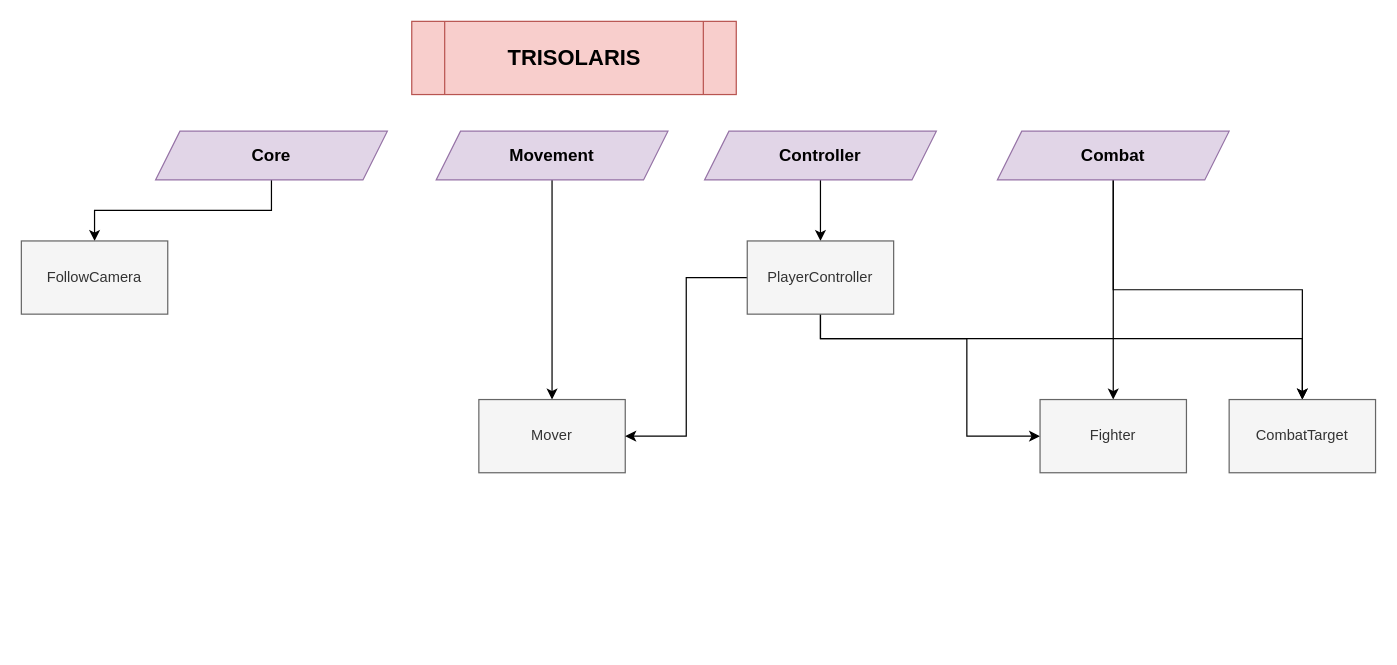
Before: Trisolaris Code Tree.drawio in ezoisil/Trisolaris, a draw.io diagram. Source tidied: cells renumbered, new cells numbered last; positions are measured from the earlier drawing's top-left corner, leaving out a move shared by most shapes. Both pictures are drawn from the tidied source at 122%, with x=0, y=0 at pixel (21, 21).
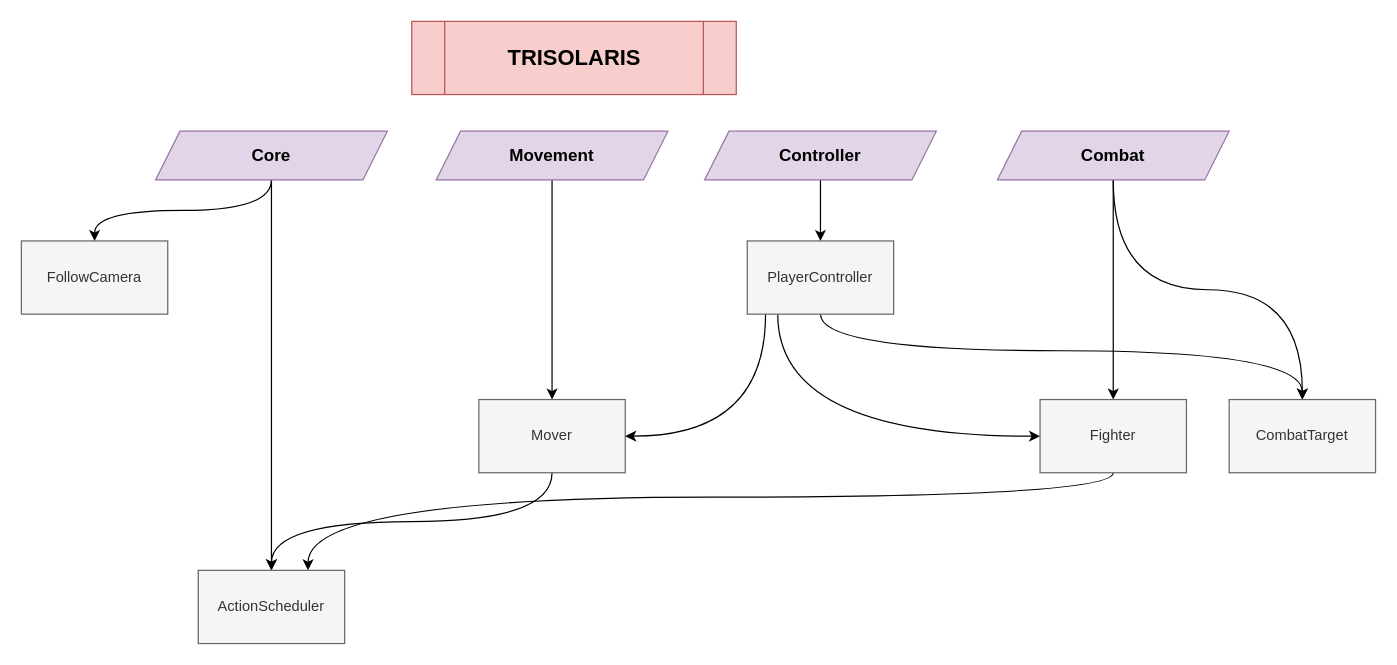
The same diagram, later.

The change refers to these unchanged cells:
```xml
<mxCell id="3" value="&lt;font style=&quot;font-size: 14px&quot;&gt;&lt;b&gt;Core&lt;/b&gt;&lt;/font&gt;" style="shape=parallelogram;perimeter=parallelogramPerimeter;whiteSpace=wrap;html=1;fixedSize=1;fillColor=#e1d5e7;strokeColor=#9673a6;" parent="1" vertex="1">
  <mxGeometry x="110" y="90" width="190" height="40" as="geometry" />
</mxCell>
<mxCell id="5" value="&lt;font style=&quot;font-size: 14px&quot;&gt;&lt;b&gt;Movement&lt;/b&gt;&lt;/font&gt;" style="shape=parallelogram;perimeter=parallelogramPerimeter;whiteSpace=wrap;html=1;fixedSize=1;fillColor=#e1d5e7;strokeColor=#9673a6;" parent="1" vertex="1">
  <mxGeometry x="340" y="90" width="190" height="40" as="geometry" />
</mxCell>
<mxCell id="7" value="&lt;font style=&quot;font-size: 14px&quot;&gt;&lt;b&gt;Controller&lt;/b&gt;&lt;/font&gt;" style="shape=parallelogram;perimeter=parallelogramPerimeter;whiteSpace=wrap;html=1;fixedSize=1;fillColor=#e1d5e7;strokeColor=#9673a6;" parent="1" vertex="1">
  <mxGeometry x="560" y="90" width="190" height="40" as="geometry" />
</mxCell>
<mxCell id="8" value="FollowCamera" style="rounded=0;whiteSpace=wrap;html=1;fontFamily=Helvetica;fontSize=12;strokeColor=#666666;fillColor=#f5f5f5;fontColor=#333333;" parent="1" vertex="1">
  <mxGeometry y="180" width="120" height="60" as="geometry" />
</mxCell>
<mxCell id="9" value="Mover" style="rounded=0;whiteSpace=wrap;html=1;fontFamily=Helvetica;fontSize=12;strokeColor=#666666;fillColor=#f5f5f5;fontColor=#333333;" parent="1" vertex="1">
  <mxGeometry x="375" y="310" width="120" height="60" as="geometry" />
</mxCell>
<mxCell id="13" value="PlayerController" style="rounded=0;whiteSpace=wrap;html=1;fontFamily=Helvetica;fontSize=12;strokeColor=#666666;fillColor=#f5f5f5;fontColor=#333333;" parent="1" vertex="1">
  <mxGeometry x="595" y="180" width="120" height="60" as="geometry" />
</mxCell>
<mxCell id="17" value="&lt;font style=&quot;font-size: 14px&quot;&gt;&lt;b&gt;Combat&lt;/b&gt;&lt;/font&gt;" style="shape=parallelogram;perimeter=parallelogramPerimeter;whiteSpace=wrap;html=1;fixedSize=1;fillColor=#e1d5e7;strokeColor=#9673a6;" parent="1" vertex="1">
  <mxGeometry x="800" y="90" width="190" height="40" as="geometry" />
</mxCell>
<mxCell id="18" value="Fighter" style="rounded=0;whiteSpace=wrap;html=1;fontFamily=Helvetica;fontSize=12;strokeColor=#666666;fillColor=#f5f5f5;fontColor=#333333;" parent="1" vertex="1">
  <mxGeometry x="835" y="310" width="120" height="60" as="geometry" />
</mxCell>
<mxCell id="19" value="CombatTarget" style="rounded=0;whiteSpace=wrap;html=1;fontFamily=Helvetica;fontSize=12;strokeColor=#666666;fillColor=#f5f5f5;fontColor=#333333;" parent="1" vertex="1">
  <mxGeometry x="990" y="310" width="120" height="60" as="geometry" />
</mxCell>
```

Change to the diagram source:
```diff
@@
-    <mxCell id="2" style="edgeStyle=orthogonalEdgeStyle;rounded=0;jettySize=auto;html=1;fontFamily=Helvetica;fontSize=12;fontColor=#333333;" parent="1" edge="1" source="3" target="8">
+    <mxCell id="2" style="edgeStyle=orthogonalEdgeStyle;rounded=0;jettySize=auto;html=1;fontFamily=Helvetica;fontSize=12;fontColor=#333333;curved=1;" parent="1" edge="1" source="3" target="8">
       <mxGeometry relative="1" as="geometry" />
     </mxCell>
+    <mxCell id="20" style="edgeStyle=orthogonalEdgeStyle;rounded=0;jettySize=auto;html=1;entryX=0.5;entryY=0;entryDx=0;entryDy=0;curved=1;" parent="1" edge="1" source="3" target="23">
+      <mxGeometry relative="1" as="geometry" />
+    </mxCell>
@@
-    <mxCell id="4" style="edgeStyle=orthogonalEdgeStyle;rounded=0;jettySize=auto;html=1;fontFamily=Helvetica;fontSize=12;fontColor=#333333;" parent="1" edge="1" source="5" target="9">
+    <mxCell id="4" style="edgeStyle=orthogonalEdgeStyle;rounded=0;jettySize=auto;html=1;fontFamily=Helvetica;fontSize=12;fontColor=#333333;curved=1;" parent="1" edge="1" source="5" target="9">
       <mxGeometry relative="1" as="geometry" />
     </mxCell>
@@
-    <mxCell id="6" style="edgeStyle=orthogonalEdgeStyle;rounded=0;jettySize=auto;html=1;fontFamily=Helvetica;fontSize=12;fontColor=#333333;" parent="1" edge="1" source="7" target="13">
+    <mxCell id="6" style="edgeStyle=orthogonalEdgeStyle;rounded=0;jettySize=auto;html=1;fontFamily=Helvetica;fontSize=12;fontColor=#333333;curved=1;" parent="1" edge="1" source="7" target="13">
       <mxGeometry relative="1" as="geometry" />
     </mxCell>
@@
+    <mxCell id="21" style="edgeStyle=orthogonalEdgeStyle;rounded=0;jettySize=auto;html=1;entryX=0.5;entryY=0;entryDx=0;entryDy=0;curved=1;" parent="1" edge="1" source="9" target="23">
+      <mxGeometry relative="1" as="geometry">
+        <Array as="points">
+          <mxPoint x="435" y="410" />
+          <mxPoint x="205" y="410" />
+        </Array>
+      </mxGeometry>
+    </mxCell>
@@
-    <mxCell id="10" style="edgeStyle=orthogonalEdgeStyle;rounded=0;jettySize=auto;html=1;entryX=1;entryY=0.5;entryDx=0;entryDy=0;fontFamily=Helvetica;fontSize=18;fontColor=#333333;" parent="1" edge="1" source="13" target="9">
-      <mxGeometry relative="1" as="geometry" />
+    <mxCell id="10" style="edgeStyle=orthogonalEdgeStyle;rounded=0;jettySize=auto;html=1;entryX=1;entryY=0.5;entryDx=0;entryDy=0;fontFamily=Helvetica;fontSize=18;fontColor=#333333;curved=1;" parent="1" edge="1" source="13" target="9">
+      <mxGeometry relative="1" as="geometry">
+        <Array as="points">
+          <mxPoint x="610" y="340" />
+        </Array>
+      </mxGeometry>
     </mxCell>
-    <mxCell id="11" style="edgeStyle=orthogonalEdgeStyle;rounded=0;jettySize=auto;html=1;entryX=0;entryY=0.5;entryDx=0;entryDy=0;fontFamily=Helvetica;fontSize=18;fontColor=#333333;" parent="1" edge="1" source="13" target="18">
+    <mxCell id="11" style="edgeStyle=orthogonalEdgeStyle;rounded=0;jettySize=auto;html=1;entryX=0;entryY=0.5;entryDx=0;entryDy=0;fontFamily=Helvetica;fontSize=18;fontColor=#333333;curved=1;" parent="1" edge="1" source="13" target="18">
       <mxGeometry relative="1" as="geometry">
         <Array as="points">
-          <mxPoint x="655" y="260" />
-          <mxPoint x="775" y="260" />
-          <mxPoint x="775" y="340" />
+          <mxPoint x="620" y="340" />
         </Array>
       </mxGeometry>
     </mxCell>
-    <mxCell id="12" style="edgeStyle=orthogonalEdgeStyle;rounded=0;jettySize=auto;html=1;fontFamily=Helvetica;fontSize=18;fontColor=#333333;" parent="1" edge="1" source="13" target="19">
+    <mxCell id="12" style="edgeStyle=orthogonalEdgeStyle;rounded=0;jettySize=auto;html=1;fontFamily=Helvetica;fontSize=18;fontColor=#333333;curved=1;" parent="1" edge="1" source="13" target="19">
       <mxGeometry relative="1" as="geometry">
         <Array as="points">
-          <mxPoint x="655" y="260" />
-          <mxPoint x="1050" y="260" />
+          <mxPoint x="655" y="270" />
+          <mxPoint x="1050" y="270" />
         </Array>
       </mxGeometry>
     </mxCell>
@@
-    <mxCell id="15" style="edgeStyle=orthogonalEdgeStyle;rounded=0;jettySize=auto;html=1;fontFamily=Helvetica;fontSize=18;fontColor=#333333;" parent="1" edge="1" source="17" target="18">
+    <mxCell id="15" style="edgeStyle=orthogonalEdgeStyle;rounded=0;jettySize=auto;html=1;fontFamily=Helvetica;fontSize=18;fontColor=#333333;curved=1;" parent="1" edge="1" source="17" target="18">
       <mxGeometry relative="1" as="geometry" />
     </mxCell>
-    <mxCell id="16" style="edgeStyle=orthogonalEdgeStyle;rounded=0;jettySize=auto;html=1;entryX=0.5;entryY=0;entryDx=0;entryDy=0;fontFamily=Helvetica;fontSize=18;fontColor=#333333;" parent="1" edge="1" source="17" target="19">
+    <mxCell id="16" style="edgeStyle=orthogonalEdgeStyle;rounded=0;jettySize=auto;html=1;entryX=0.5;entryY=0;entryDx=0;entryDy=0;fontFamily=Helvetica;fontSize=18;fontColor=#333333;curved=1;" parent="1" edge="1" source="17" target="19">
       <mxGeometry relative="1" as="geometry" />
     </mxCell>
@@
+    <mxCell id="22" style="edgeStyle=orthogonalEdgeStyle;curved=1;rounded=0;jettySize=auto;html=1;entryX=0.75;entryY=0;entryDx=0;entryDy=0;" parent="1" edge="1" source="18" target="23">
+      <mxGeometry relative="1" as="geometry">
+        <Array as="points">
+          <mxPoint x="895" y="390" />
+          <mxPoint x="235" y="390" />
+        </Array>
+      </mxGeometry>
+    </mxCell>
@@
+    <mxCell id="23" value="ActionScheduler" style="rounded=0;whiteSpace=wrap;html=1;fontFamily=Helvetica;fontSize=12;strokeColor=#666666;fillColor=#f5f5f5;fontColor=#333333;" parent="1" vertex="1">
+      <mxGeometry x="145" y="450" width="120" height="60" as="geometry" />
+    </mxCell>
```
